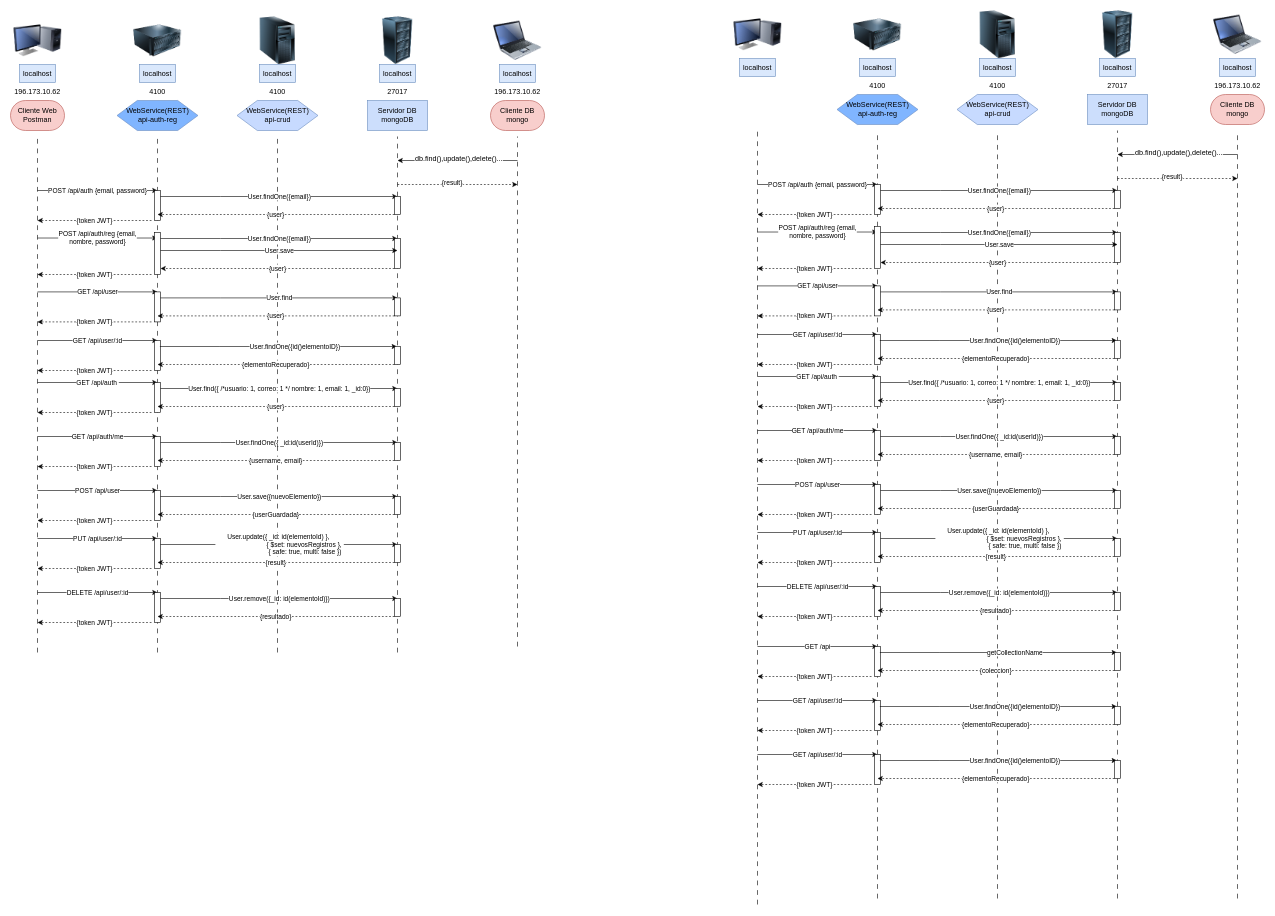
This is Diagrama de Secuencia.drawio from AceDen97/SD, a draw.io file, before an edit. Source tidied: cells renumbered, new cells numbered last; positions are measured from the earlier drawing's top-left corner, leaving out a move shared by most shapes. Both pictures are drawn from the tidied source at 60%, with x=0, y=0 at pixel (10, 10).
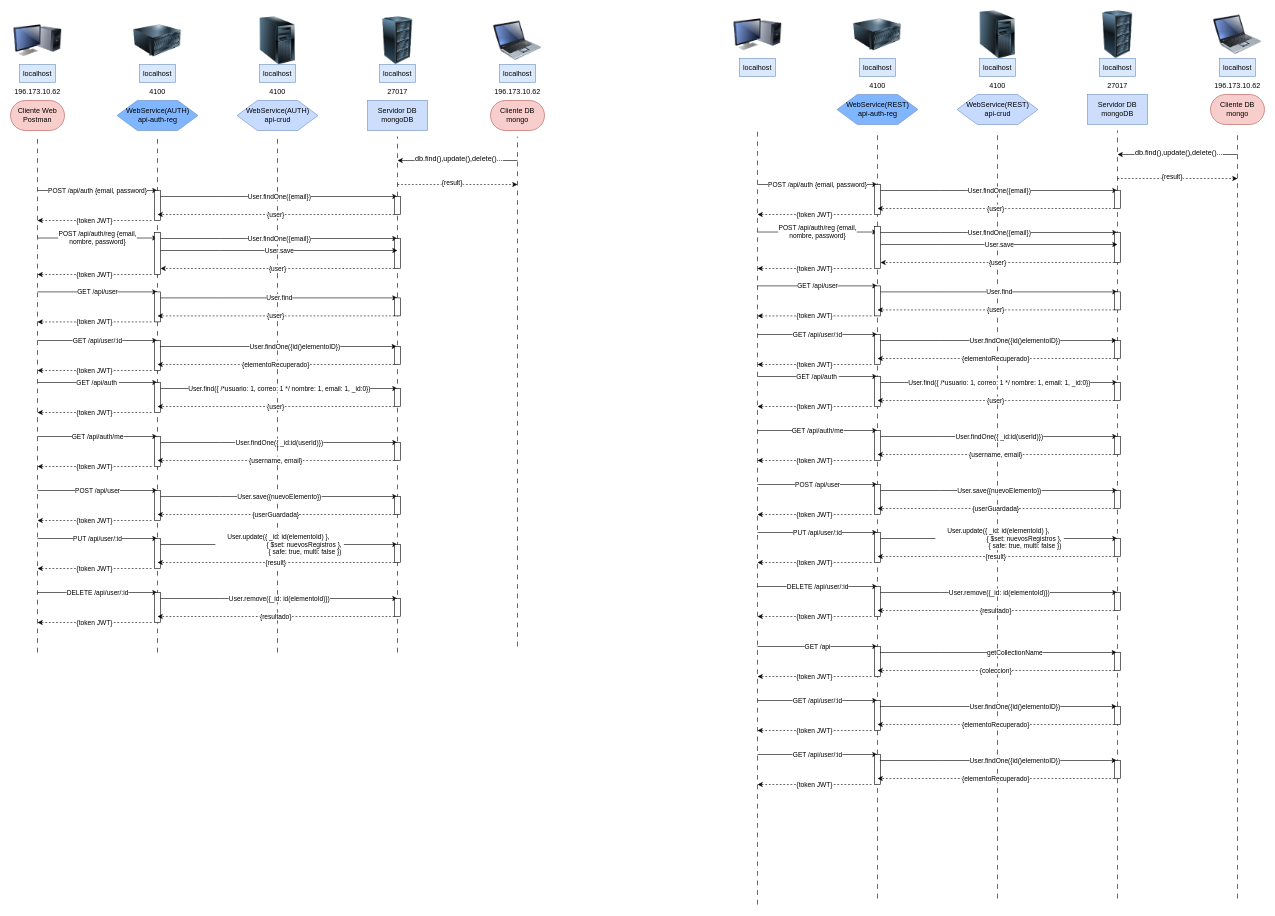
The same page after the edit.

The edit, as a diff of the source:
```diff
@@
-    <mxCell id="24" value="WebService(REST)&lt;br&gt;api-crud" style="shape=hexagon;perimeter=hexagonPerimeter2;whiteSpace=wrap;html=1;size=0.25;fillColor=#C7DAFF;strokeColor=#6c8ebf;" parent="1" vertex="1">
+    <mxCell id="24" value="WebService(AUTH)&lt;br&gt;api-crud" style="shape=hexagon;perimeter=hexagonPerimeter2;whiteSpace=wrap;html=1;size=0.25;fillColor=#C7DAFF;strokeColor=#6c8ebf;" parent="1" vertex="1">
       <mxGeometry x="377.5" y="150" width="135" height="50" as="geometry" />
     </mxCell>
@@
-    <mxCell id="26" value="WebService(REST)&lt;br&gt;api-auth-reg" style="shape=hexagon;perimeter=hexagonPerimeter2;whiteSpace=wrap;html=1;size=0.25;fillColor=#80b5ff;strokeColor=#6c8ebf;" parent="1" vertex="1">
+    <mxCell id="26" value="WebService(AUTH)&lt;br&gt;api-auth-reg" style="shape=hexagon;perimeter=hexagonPerimeter2;whiteSpace=wrap;html=1;size=0.25;fillColor=#80b5ff;strokeColor=#6c8ebf;" parent="1" vertex="1">
       <mxGeometry x="177.5" y="150" width="135" height="50" as="geometry" />
     </mxCell>
```
